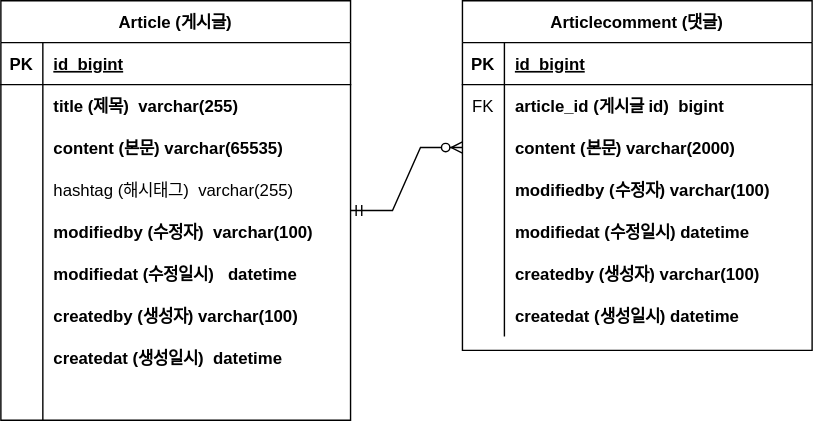
elephant97/fastcampus-project-board keeps this draw.io diagram as document/project-board-erd.svg. Above is the earlier version. Source tidied: cells renumbered, new cells last; positions are measured from the earlier drawing's top-left corner, leaving out a move shared by most shapes.
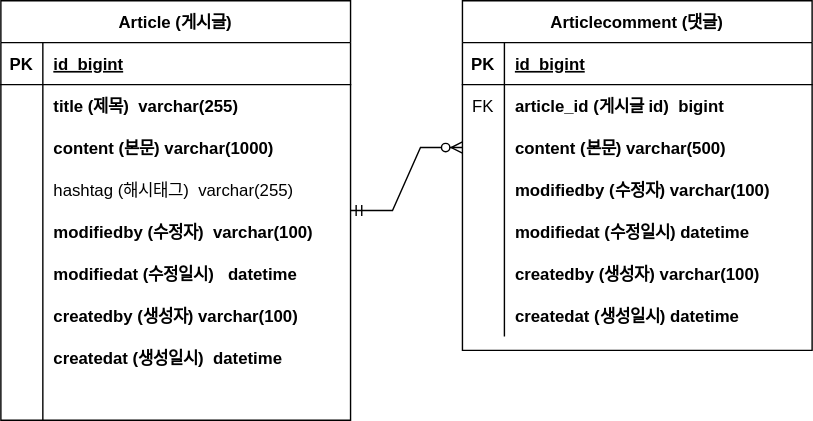
Later version of the same file.

Diff of the diagram source:
```diff
@@ -29,7 +29,7 @@
     <mxCell id="10" style="shape=partialRectangle;overflow=hidden;fillColor=none;top=0;left=0;bottom=0;right=0;" parent="9" vertex="1">
       <mxGeometry width="30" height="30" as="geometry" />
     </mxCell>
-    <mxCell id="11" value="content (본문) varchar(2000)" style="shape=partialRectangle;overflow=hidden;fillColor=none;top=0;left=0;bottom=0;right=0;align=left;spacingLeft=6;fontStyle=1;" parent="9" vertex="1">
+    <mxCell id="11" value="content (본문) varchar(500)" style="shape=partialRectangle;overflow=hidden;fillColor=none;top=0;left=0;bottom=0;right=0;align=left;spacingLeft=6;fontStyle=1;" parent="9" vertex="1">
       <mxGeometry x="30" width="220" height="30" as="geometry" />
     </mxCell>
     <mxCell id="12" style="shape=partialRectangle;fillColor=none;top=0;left=0;right=0;bottom=0;" parent="2" vertex="1">
@@ -95,7 +95,7 @@
     <mxCell id="32" style="shape=partialRectangle;overflow=hidden;fillColor=none;top=0;left=0;bottom=0;right=0;" parent="31" vertex="1">
       <mxGeometry width="30" height="30" as="geometry" />
     </mxCell>
-    <mxCell id="33" value="content (본문) varchar(65535)" style="shape=partialRectangle;overflow=hidden;fillColor=none;top=0;left=0;bottom=0;right=0;align=left;spacingLeft=6;fontStyle=1;" parent="31" vertex="1">
+    <mxCell id="33" value="content (본문) varchar(1000)" style="shape=partialRectangle;overflow=hidden;fillColor=none;top=0;left=0;bottom=0;right=0;align=left;spacingLeft=6;fontStyle=1;" parent="31" vertex="1">
       <mxGeometry x="30" width="220" height="30" as="geometry" />
     </mxCell>
     <mxCell id="34" style="shape=partialRectangle;fillColor=none;top=0;left=0;right=0;bottom=0;" parent="24" vertex="1">
```
